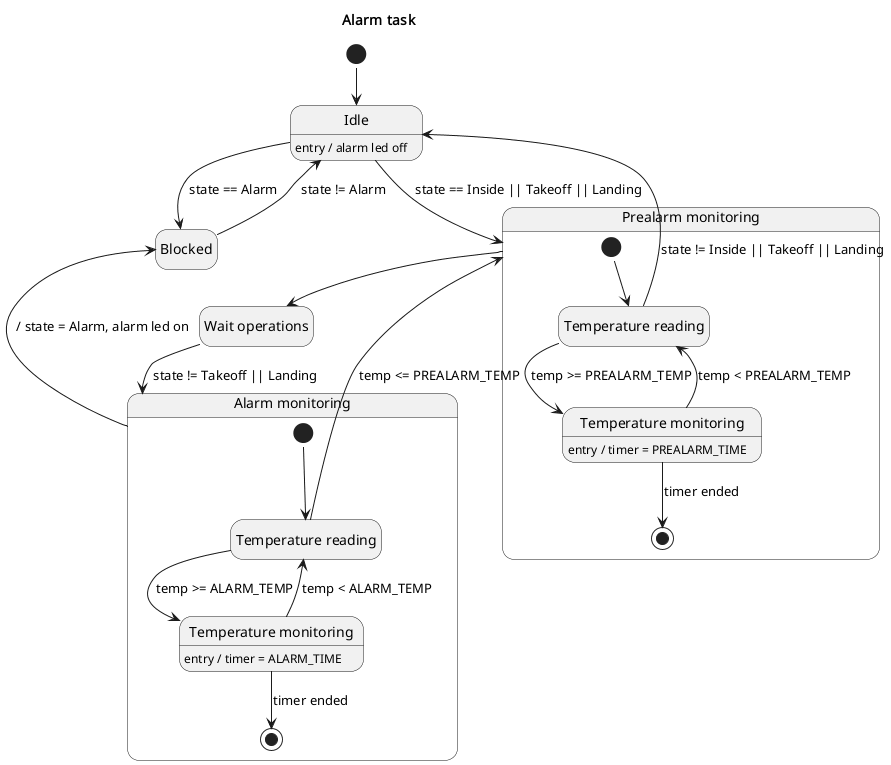
Earlier version of the PlantUML export assignments/02-sdh/docs/tasks/alarm.png (the-real-deal/unibo-iot-didospita).
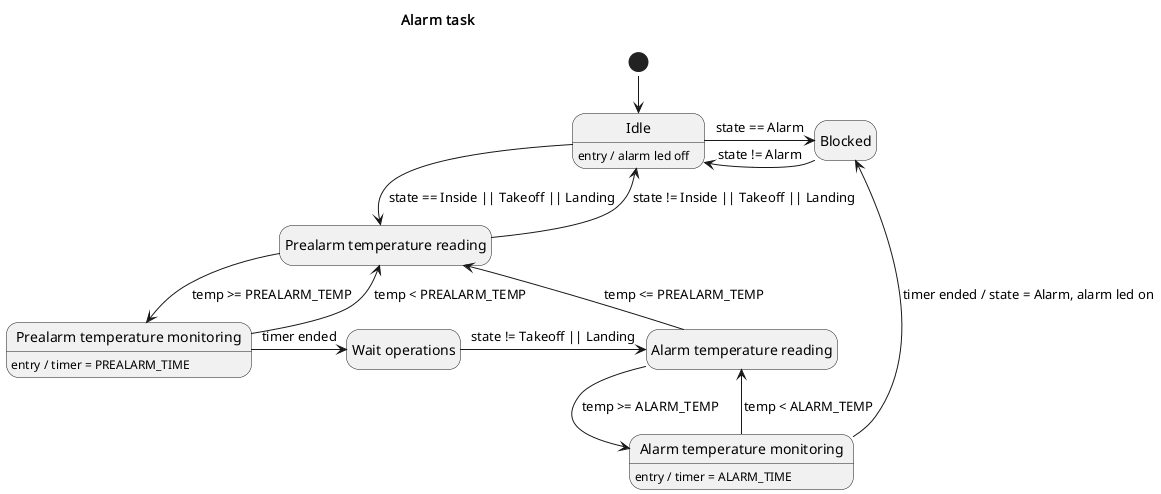
After the commit.

Change to the diagram source:
```diff
@@ -11,52 +11,35 @@
 
 state "Blocked" as blocked
 
-state "Prealarm monitoring" as prealarm {
-    state startPrealarm <<start>>
+state "Prealarm temperature reading" as prealarmTempReading
 
-    state "Temperature reading" as prealarmTempReading
-
-    state "Temperature monitoring" as prealarmTempMonitoring
-    prealarmTempMonitoring : entry / timer = PREALARM_TIME
-
-    state endPrealarm <<end>>
-}
+state "Prealarm temperature monitoring" as prealarmTempMonitoring
+prealarmTempMonitoring : entry / timer = PREALARM_TIME
 
 state "Wait operations" as waitOperations
 
-state "Alarm monitoring" as alarm {
-    state startAlarm <<start>>
+state "Alarm temperature reading" as alarmTempReading
 
-    state "Temperature reading" as alarmTempReading
-
-    state "Temperature monitoring" as alarmTempMonitoring
-    alarmTempMonitoring : entry / timer = ALARM_TIME
-
-    state endAlarm <<end>>
-}
+state "Alarm temperature monitoring" as alarmTempMonitoring
+alarmTempMonitoring : entry / timer = ALARM_TIME
 
 start -d-> idle
 
-idle -d-> blocked : state == Alarm
+idle -r-> blocked : state == Alarm
+blocked -l-> idle : state != Alarm
 
-blocked -u-> idle : state != Alarm
-idle -d-> prealarm : state == Inside || Takeoff || Landing
+idle -d-> prealarmTempReading : state == Inside || Takeoff || Landing
 
-startPrealarm -d-> prealarmTempReading
 prealarmTempReading -d-> prealarmTempMonitoring : temp >= PREALARM_TEMP
 prealarmTempReading -u-> idle : state != Inside || Takeoff || Landing
 prealarmTempMonitoring -u-> prealarmTempReading : temp < PREALARM_TEMP
-prealarmTempMonitoring -d-> endPrealarm : timer ended
+prealarmTempMonitoring -r-> waitOperations : timer ended
 
-prealarm -d-> waitOperations
+waitOperations -r-> alarmTempReading : state != Takeoff || Landing
 
-waitOperations -d-> alarm : state != Takeoff || Landing
-
-startAlarm -d-> alarmTempReading
 alarmTempReading -d-> alarmTempMonitoring : temp >= ALARM_TEMP
-alarmTempReading -u-> prealarm : temp <= PREALARM_TEMP
+alarmTempReading -l-> prealarmTempReading : temp <= PREALARM_TEMP
 alarmTempMonitoring -u-> alarmTempReading : temp < ALARM_TEMP
-alarmTempMonitoring -d-> endAlarm : timer ended
-alarm -u-> blocked : / state = Alarm, alarm led on
+alarmTempMonitoring -u-> blocked : timer ended / state = Alarm, alarm led on
 
 @enduml
```
